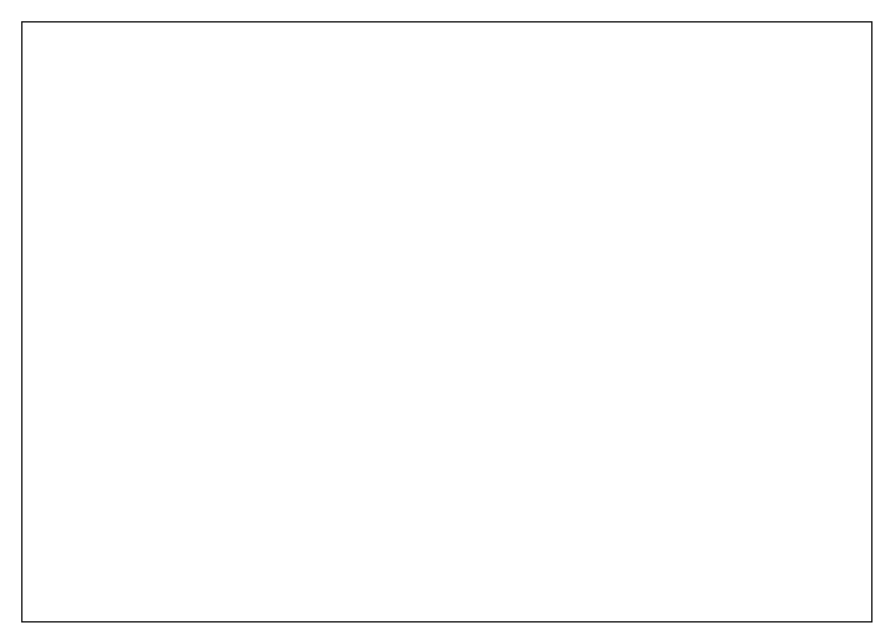
Before: page "Page-1" (1 of 2) of Untitled Diagram.drawio in Bumzeal/SALES-PERFORMANCE-ANALYSIS, a draw.io diagram. Source tidied: cells renumbered, new cells numbered last; positions are measured from the earlier drawing's top-left corner, leaving out a move shared by most shapes. Both pictures are drawn from the tidied source at 125%, with x=0, y=0 at pixel (21, 21).
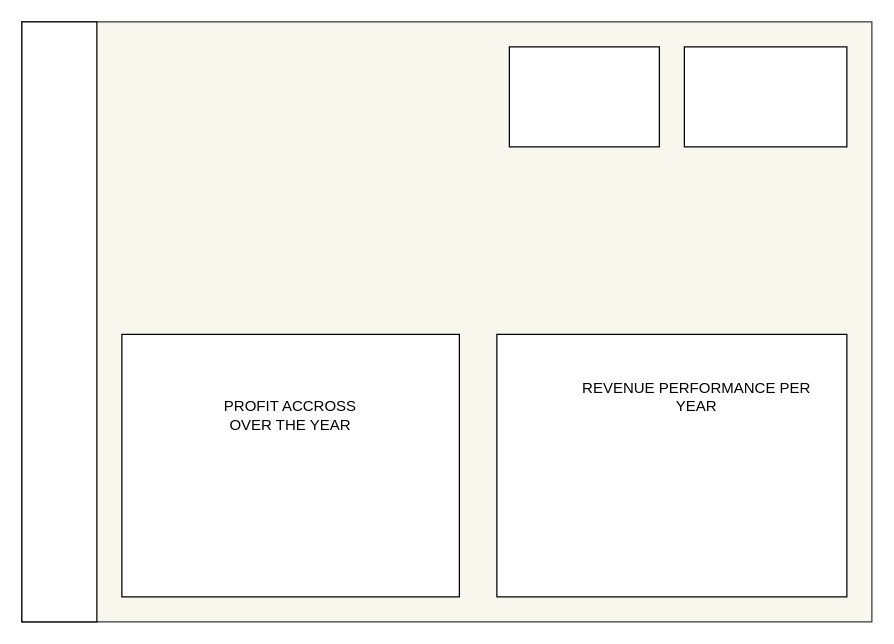
After the change.

Change to the diagram source:
```diff
@@
 <mxGraphModel>
   <root>
     <mxCell id="0" />
     <mxCell id="1" parent="0" />
-    <mxCell id="2" style="rounded=0;whiteSpace=wrap;html=1;" parent="1" vertex="1">
+    <mxCell id="2" style="rounded=0;whiteSpace=wrap;html=1;fillColor=#f9f7ed;strokeColor=#36393d;" parent="1" vertex="1">
       <mxGeometry width="680" height="480" as="geometry" />
     </mxCell>
+    <mxCell id="3" style="rounded=0;whiteSpace=wrap;html=1;" parent="1" vertex="1">
+      <mxGeometry x="390" y="20" width="120" height="80" as="geometry" />
+    </mxCell>
+    <mxCell id="4" style="rounded=0;whiteSpace=wrap;html=1;" parent="1" vertex="1">
+      <mxGeometry x="530" y="20" width="130" height="80" as="geometry" />
+    </mxCell>
+    <mxCell id="5" style="rounded=0;whiteSpace=wrap;html=1;" parent="1" vertex="1">
+      <mxGeometry x="380" y="250" width="280" height="210" as="geometry" />
+    </mxCell>
+    <mxCell id="6" style="rounded=0;whiteSpace=wrap;html=1;" parent="1" vertex="1">
+      <mxGeometry width="60" height="480" as="geometry" />
+    </mxCell>
+    <mxCell id="7" style="rounded=0;whiteSpace=wrap;html=1;" parent="1" vertex="1">
+      <mxGeometry x="80" y="250" width="270" height="210" as="geometry" />
+    </mxCell>
+    <mxCell id="8" value="REVENUE PERFORMANCE PER YEAR" style="text;html=1;strokeColor=none;fillColor=none;align=center;verticalAlign=middle;whiteSpace=wrap;rounded=0;" parent="1" vertex="1">
+      <mxGeometry x="430" y="290" width="220" height="20" as="geometry" />
+    </mxCell>
+    <mxCell id="9" value="PROFIT ACCROSS OVER THE YEAR" style="text;html=1;strokeColor=none;fillColor=none;align=center;verticalAlign=middle;whiteSpace=wrap;rounded=0;" parent="1" vertex="1">
+      <mxGeometry x="145" y="300" width="140" height="30" as="geometry" />
+    </mxCell>
   </root>
 </mxGraphModel>
```
